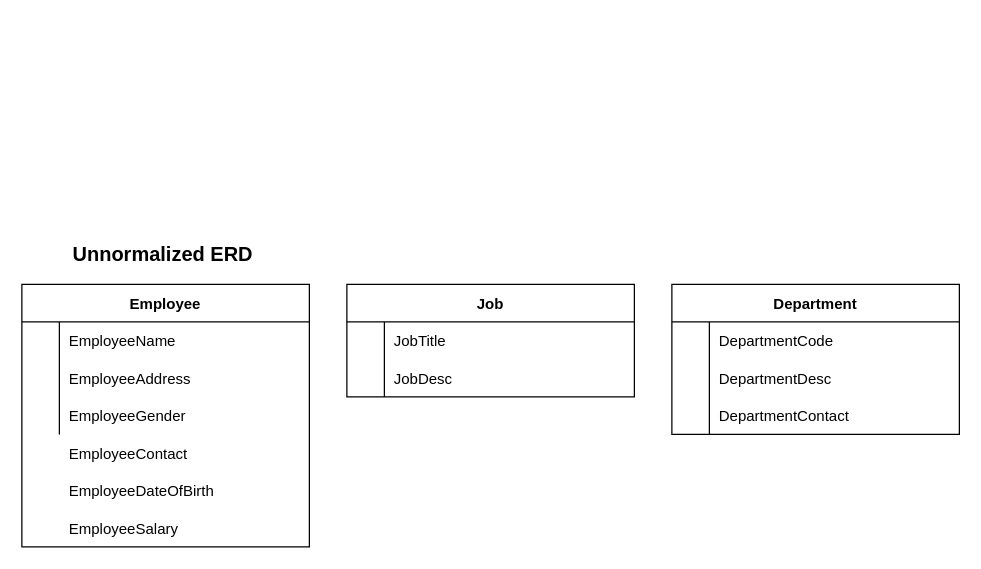
rebeccaruva/CIT172-bex-ruvalcaba keeps this draw.io diagram as page "Page-1" (1 of 4) of Lab05_MappingRelationalData.drawio. Above is the earlier version. Source tidied: cells renumbered, new cells numbered last; positions are measured from the earlier drawing's top-left corner, leaving out a move shared by most shapes. Both pictures are drawn from the tidied source at 125%, with x=0, y=0 at pixel (21, 234).
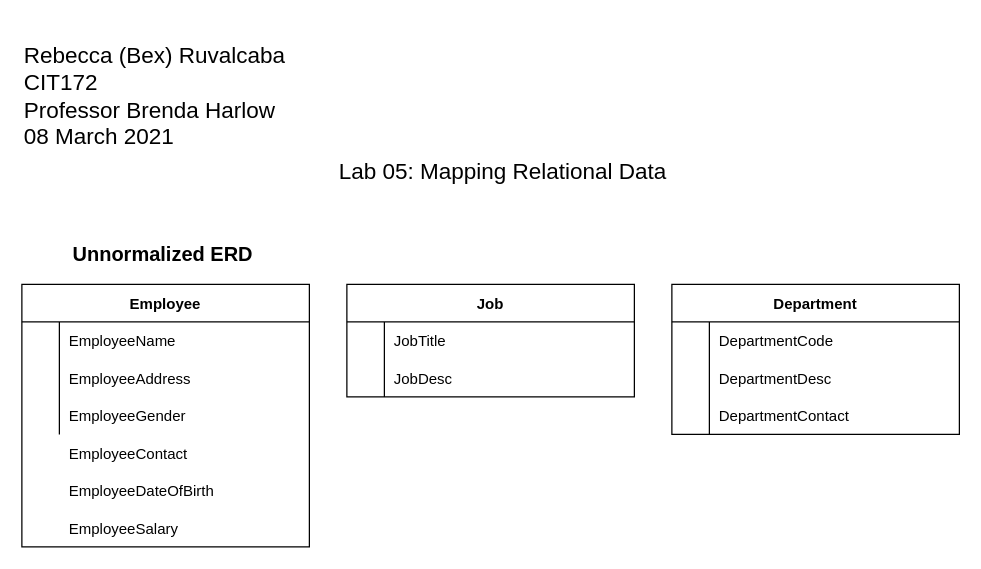
The same diagram, later.

Diff of the diagram source:
```diff
@@
+    <mxCell id="39" value="Rebecca (Bex) Ruvalcaba&lt;br style=&quot;font-size: 18px;&quot;&gt;CIT172&lt;br style=&quot;font-size: 18px;&quot;&gt;Professor Brenda Harlow&lt;br style=&quot;font-size: 18px;&quot;&gt;08 March 2021" style="text;html=1;strokeColor=none;fillColor=none;align=left;verticalAlign=middle;whiteSpace=wrap;rounded=0;fontSize=18;" parent="1" vertex="1">
+      <mxGeometry y="-170" width="260" height="120" as="geometry" />
+    </mxCell>
+    <mxCell id="40" value="Lab 05: Mapping Relational Data" style="text;html=1;strokeColor=none;fillColor=none;align=center;verticalAlign=middle;whiteSpace=wrap;rounded=0;fontSize=18;" parent="1" vertex="1">
+      <mxGeometry x="250" y="-60" width="270" height="20" as="geometry" />
+    </mxCell>
```
